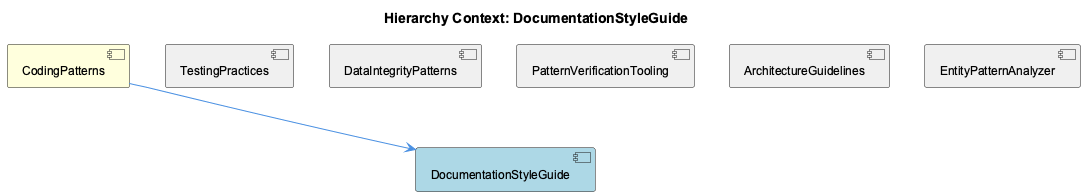
The PlantUML diagram knowledge-management/insights/images/documentation-style-guide-relationship.png in fwornle/coding, before a commit. Its diagram source:
```plantuml
@startuml
!include _standard-style.puml

title Hierarchy Context: DocumentationStyleGuide

[CodingPatterns] as coding_patterns #FFFFDD
[DocumentationStyleGuide] as documentation_style_guide #LightBlue
[TestingPractices] as testing_practices #F0F0F0
[DataIntegrityPatterns] as data_integrity_patterns #F0F0F0
[PatternVerificationTooling] as pattern_verification_tooling #F0F0F0
[ArchitectureGuidelines] as architecture_guidelines #F0F0F0
[EntityPatternAnalyzer] as entity_pattern_analyzer #F0F0F0

coding_patterns --> documentation_style_guide
testing_practices -[hidden]- documentation_style_guide
data_integrity_patterns -[hidden]- documentation_style_guide
pattern_verification_tooling -[hidden]- documentation_style_guide
architecture_guidelines -[hidden]- documentation_style_guide
entity_pattern_analyzer -[hidden]- documentation_style_guide

@enduml
```
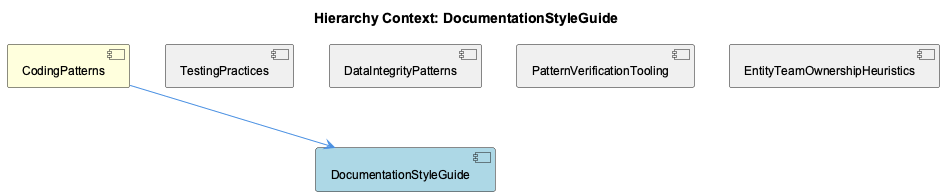
After the change.

The edit, as a diff of the source:
```diff
@@ -8,14 +8,12 @@
 [TestingPractices] as testing_practices #F0F0F0
 [DataIntegrityPatterns] as data_integrity_patterns #F0F0F0
 [PatternVerificationTooling] as pattern_verification_tooling #F0F0F0
-[ArchitectureGuidelines] as architecture_guidelines #F0F0F0
-[EntityPatternAnalyzer] as entity_pattern_analyzer #F0F0F0
+[EntityTeamOwnershipHeuristics] as entity_team_ownership_heuristics #F0F0F0
 
 coding_patterns --> documentation_style_guide
 testing_practices -[hidden]- documentation_style_guide
 data_integrity_patterns -[hidden]- documentation_style_guide
 pattern_verification_tooling -[hidden]- documentation_style_guide
-architecture_guidelines -[hidden]- documentation_style_guide
-entity_pattern_analyzer -[hidden]- documentation_style_guide
+entity_team_ownership_heuristics -[hidden]- documentation_style_guide
 
 @enduml
```
